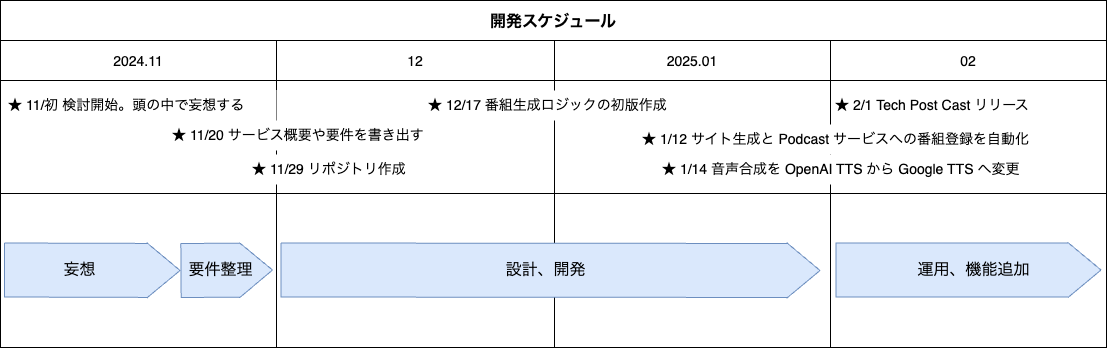
Above: docs/slides/images/開発スケジュール.drawio.png in sumihiro3/tech-post-cast (draw.io), before the change. Source tidied: cells renumbered, new cells last; positions are measured from the earlier drawing's top-left corner, leaving out a move shared by most shapes. The source it was exported from:
```xml
<mxGraphModel background="#ffffff">
  <root>
    <mxCell id="0" />
    <mxCell id="1" parent="0" />
    <mxCell id="2" value="開発スケジュール" style="shape=table;startSize=40;fontSize=16;fontStyle=1;" parent="1" vertex="1">
      <mxGeometry width="1106" height="347" as="geometry" />
    </mxCell>
    <mxCell id="3" style="shape=tableRow;horizontal=0;swimlaneHead=0;swimlaneBody=0;top=0;left=0;strokeColor=inherit;bottom=0;right=0;fontStyle=0;fillColor=none;startSize=0;" parent="2" vertex="1">
      <mxGeometry y="40" width="1106" height="153" as="geometry" />
    </mxCell>
    <mxCell id="4" value="2024.11" style="swimlane;swimlaneHead=0;swimlaneBody=0;fontStyle=0;strokeColor=inherit;fillColor=none;startSize=40;fontSize=14;" parent="3" vertex="1">
      <mxGeometry width="276" height="153" as="geometry" />
    </mxCell>
    <mxCell id="5" value="★ 11/初 検討開始。頭の中で妄想する" style="text;html=1;align=left;verticalAlign=middle;whiteSpace=wrap;rounded=0;fontSize=14;fontStyle=0;fillColor=default;" parent="4" vertex="1">
      <mxGeometry x="6" y="50" width="270" height="30" as="geometry" />
    </mxCell>
    <mxCell id="6" value="12" style="swimlane;swimlaneHead=0;swimlaneBody=0;fontStyle=0;strokeColor=inherit;fillColor=none;startSize=40;fontSize=14;" parent="3" vertex="1">
      <mxGeometry x="276" width="278" height="153" as="geometry" />
    </mxCell>
    <mxCell id="7" value="★ 11/20 サービス概要や要件を書き出す" style="text;html=1;align=left;verticalAlign=middle;whiteSpace=wrap;rounded=0;fontSize=14;fontStyle=0;fillColor=default;" parent="6" vertex="1">
      <mxGeometry x="-106" y="80" width="270" height="30" as="geometry" />
    </mxCell>
    <mxCell id="8" value="★ 11/29 リポジトリ作成" style="text;html=1;align=left;verticalAlign=middle;whiteSpace=wrap;rounded=0;fontSize=14;fontStyle=0;fillColor=default;fillStyle=solid;" parent="6" vertex="1">
      <mxGeometry x="-26" y="114" width="176" height="30" as="geometry" />
    </mxCell>
    <mxCell id="9" value="★ 12/17 番組生成ロジックの初版作成" style="text;html=1;align=left;verticalAlign=middle;whiteSpace=wrap;rounded=0;fontSize=14;fontStyle=0;fillColor=default;" parent="6" vertex="1">
      <mxGeometry x="150" y="50" width="270" height="30" as="geometry" />
    </mxCell>
    <mxCell id="10" value="2025.01" style="swimlane;swimlaneHead=0;swimlaneBody=0;fontStyle=0;strokeColor=inherit;fillColor=none;startSize=40;fontSize=14;" parent="3" vertex="1">
      <mxGeometry x="554" width="276" height="153" as="geometry" />
    </mxCell>
    <mxCell id="11" value="★ 1/12 サイト生成と&amp;nbsp;Podcast サービスへの番組登録を自動化" style="text;html=1;align=left;verticalAlign=middle;rounded=0;fontSize=14;fontStyle=0;fillColor=default;" parent="10" vertex="1">
      <mxGeometry x="86" y="84" width="270" height="30" as="geometry" />
    </mxCell>
    <mxCell id="12" value="★ 1/14 音声合成を OpenAI TTS から Google TTS へ変更" style="text;html=1;align=left;verticalAlign=middle;rounded=0;fontSize=14;fontStyle=0;fillColor=default;" parent="10" vertex="1">
      <mxGeometry x="106" y="114" width="270" height="30" as="geometry" />
    </mxCell>
    <mxCell id="13" value="02" style="swimlane;swimlaneHead=0;swimlaneBody=0;fontStyle=0;strokeColor=inherit;fillColor=none;startSize=40;fontSize=14;" parent="3" vertex="1">
      <mxGeometry x="830" width="276" height="153" as="geometry" />
    </mxCell>
    <mxCell id="14" value="★&amp;nbsp;&lt;span style=&quot;background-color: transparent;&quot;&gt;&lt;font color=&quot;#000000&quot;&gt;2/1&amp;nbsp;&lt;/font&gt;&lt;/span&gt;&lt;span style=&quot;background-color: transparent;&quot;&gt;Tech Post Cast リリース&lt;/span&gt;" style="text;html=1;align=left;verticalAlign=middle;rounded=0;fontSize=14;fontStyle=0;fillColor=default;" parent="13" vertex="1">
      <mxGeometry x="3" y="50" width="207" height="30" as="geometry" />
    </mxCell>
    <mxCell id="15" style="shape=tableRow;horizontal=0;swimlaneHead=0;swimlaneBody=0;top=0;left=0;strokeColor=inherit;bottom=0;right=0;fontStyle=0;fillColor=none;startSize=0;" parent="2" vertex="1">
      <mxGeometry y="193" width="1106" height="154" as="geometry" />
    </mxCell>
    <mxCell id="16" style="swimlane;swimlaneHead=0;swimlaneBody=0;fontStyle=0;strokeColor=inherit;fillColor=none;startSize=0;" parent="15" vertex="1">
      <mxGeometry width="276" height="154" as="geometry" />
    </mxCell>
    <mxCell id="17" style="shape=flexArrow;endArrow=classic;html=1;width=54;endSize=10.67;endWidth=0;fillColor=#dae8fc;strokeColor=#6c8ebf;" parent="16" edge="1">
      <mxGeometry relative="1" as="geometry">
        <mxPoint x="180" y="77" as="sourcePoint" />
        <mxPoint x="272.5" y="76.5" as="targetPoint" />
      </mxGeometry>
    </mxCell>
    <mxCell id="18" value="要件整理" style="edgeLabel;html=1;align=center;verticalAlign=middle;fontFamily=Helvetica;fontSize=16;labelBackgroundColor=none;" parent="17" vertex="1">
      <mxGeometry x="0.39" y="25" relative="1" as="geometry">
        <mxPoint x="-24" y="25" as="offset" />
      </mxGeometry>
    </mxCell>
    <mxCell id="19" style="shape=flexArrow;endArrow=classic;html=1;width=54;endSize=10.67;endWidth=0;fillColor=#dae8fc;strokeColor=#6c8ebf;" parent="16" edge="1">
      <mxGeometry relative="1" as="geometry">
        <mxPoint x="3.5" y="76.5" as="sourcePoint" />
        <mxPoint x="180" y="77" as="targetPoint" />
      </mxGeometry>
    </mxCell>
    <mxCell id="20" value="妄想" style="edgeLabel;html=1;align=center;verticalAlign=middle;fontFamily=Helvetica;fontSize=16;labelBackgroundColor=none;" parent="19" vertex="1">
      <mxGeometry x="0.39" y="25" relative="1" as="geometry">
        <mxPoint x="-47" y="25" as="offset" />
      </mxGeometry>
    </mxCell>
    <mxCell id="21" style="swimlane;swimlaneHead=0;swimlaneBody=0;fontStyle=0;strokeColor=inherit;fillColor=none;startSize=0;" parent="15" vertex="1">
      <mxGeometry x="276" width="278" height="154" as="geometry" />
    </mxCell>
    <mxCell id="22" style="swimlane;swimlaneHead=0;swimlaneBody=0;fontStyle=0;strokeColor=inherit;fillColor=none;startSize=0;" parent="15" vertex="1">
      <mxGeometry x="554" width="276" height="154" as="geometry" />
    </mxCell>
    <mxCell id="23" style="shape=flexArrow;endArrow=classic;html=1;width=54;endSize=10.67;endWidth=0;fillColor=#dae8fc;strokeColor=#6c8ebf;" parent="22" edge="1">
      <mxGeometry relative="1" as="geometry">
        <mxPoint x="-274" y="76.5" as="sourcePoint" />
        <mxPoint x="266" y="77" as="targetPoint" />
      </mxGeometry>
    </mxCell>
    <mxCell id="24" value="設計、開発" style="edgeLabel;html=1;align=center;verticalAlign=middle;fontFamily=Helvetica;fontSize=16;labelBackgroundColor=none;" parent="23" vertex="1">
      <mxGeometry x="0.39" y="25" relative="1" as="geometry">
        <mxPoint x="-110" y="25" as="offset" />
      </mxGeometry>
    </mxCell>
    <mxCell id="25" style="swimlane;swimlaneHead=0;swimlaneBody=0;fontStyle=0;strokeColor=inherit;fillColor=none;startSize=0;" parent="15" vertex="1">
      <mxGeometry x="830" width="276" height="154" as="geometry" />
    </mxCell>
    <mxCell id="26" style="shape=flexArrow;endArrow=classic;html=1;width=54;endSize=10.67;endWidth=0;fillColor=#dae8fc;strokeColor=#6c8ebf;" parent="25" edge="1">
      <mxGeometry relative="1" as="geometry">
        <mxPoint x="5" y="76.5" as="sourcePoint" />
        <mxPoint x="271" y="76.5" as="targetPoint" />
      </mxGeometry>
    </mxCell>
    <mxCell id="27" value="運用、機能追加" style="edgeLabel;html=1;align=center;verticalAlign=middle;fontFamily=Helvetica;fontSize=16;labelBackgroundColor=none;" parent="26" vertex="1">
      <mxGeometry x="0.39" y="25" relative="1" as="geometry">
        <mxPoint x="-47" y="25" as="offset" />
      </mxGeometry>
    </mxCell>
  </root>
</mxGraphModel>
```
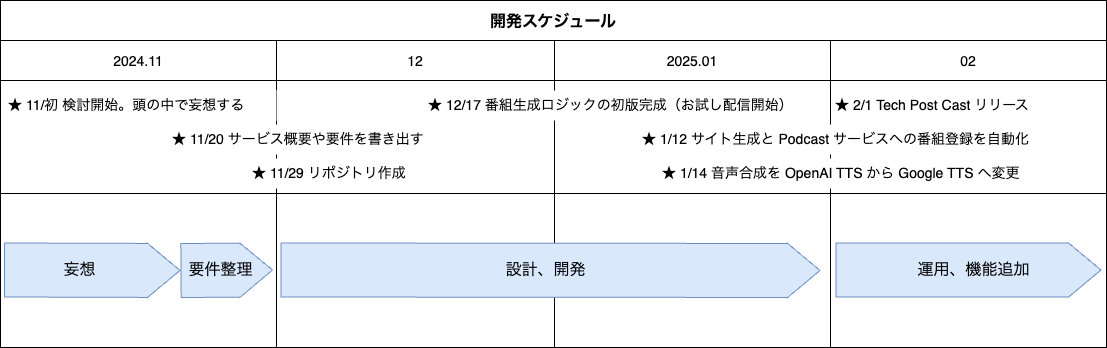
After the commit.

Commit message:
スケジュール調整

What changed in the source:
```diff
@@ -18,13 +18,13 @@
       <mxGeometry x="276" width="278" height="153" as="geometry" />
     </mxCell>
     <mxCell id="7" value="★ 11/20 サービス概要や要件を書き出す" style="text;html=1;align=left;verticalAlign=middle;whiteSpace=wrap;rounded=0;fontSize=14;fontStyle=0;fillColor=default;" parent="6" vertex="1">
-      <mxGeometry x="-106" y="80" width="270" height="30" as="geometry" />
+      <mxGeometry x="-106" y="84" width="270" height="30" as="geometry" />
     </mxCell>
     <mxCell id="8" value="★ 11/29 リポジトリ作成" style="text;html=1;align=left;verticalAlign=middle;whiteSpace=wrap;rounded=0;fontSize=14;fontStyle=0;fillColor=default;fillStyle=solid;" parent="6" vertex="1">
-      <mxGeometry x="-26" y="114" width="176" height="30" as="geometry" />
+      <mxGeometry x="-26" y="118" width="176" height="30" as="geometry" />
     </mxCell>
-    <mxCell id="9" value="★ 12/17 番組生成ロジックの初版作成" style="text;html=1;align=left;verticalAlign=middle;whiteSpace=wrap;rounded=0;fontSize=14;fontStyle=0;fillColor=default;" parent="6" vertex="1">
-      <mxGeometry x="150" y="50" width="270" height="30" as="geometry" />
+    <mxCell id="9" value="★ 12/17 番組生成ロジックの初版完成（お試し配信開始）" style="text;html=1;align=left;verticalAlign=middle;whiteSpace=wrap;rounded=0;fontSize=14;fontStyle=0;fillColor=default;" parent="6" vertex="1">
+      <mxGeometry x="150" y="50" width="370" height="30" as="geometry" />
     </mxCell>
     <mxCell id="10" value="2025.01" style="swimlane;swimlaneHead=0;swimlaneBody=0;fontStyle=0;strokeColor=inherit;fillColor=none;startSize=40;fontSize=14;" parent="3" vertex="1">
       <mxGeometry x="554" width="276" height="153" as="geometry" />
@@ -33,7 +33,7 @@
       <mxGeometry x="86" y="84" width="270" height="30" as="geometry" />
     </mxCell>
     <mxCell id="12" value="★ 1/14 音声合成を OpenAI TTS から Google TTS へ変更" style="text;html=1;align=left;verticalAlign=middle;rounded=0;fontSize=14;fontStyle=0;fillColor=default;" parent="10" vertex="1">
-      <mxGeometry x="106" y="114" width="270" height="30" as="geometry" />
+      <mxGeometry x="106" y="118" width="270" height="30" as="geometry" />
     </mxCell>
     <mxCell id="13" value="02" style="swimlane;swimlaneHead=0;swimlaneBody=0;fontStyle=0;strokeColor=inherit;fillColor=none;startSize=40;fontSize=14;" parent="3" vertex="1">
       <mxGeometry x="830" width="276" height="153" as="geometry" />
```
